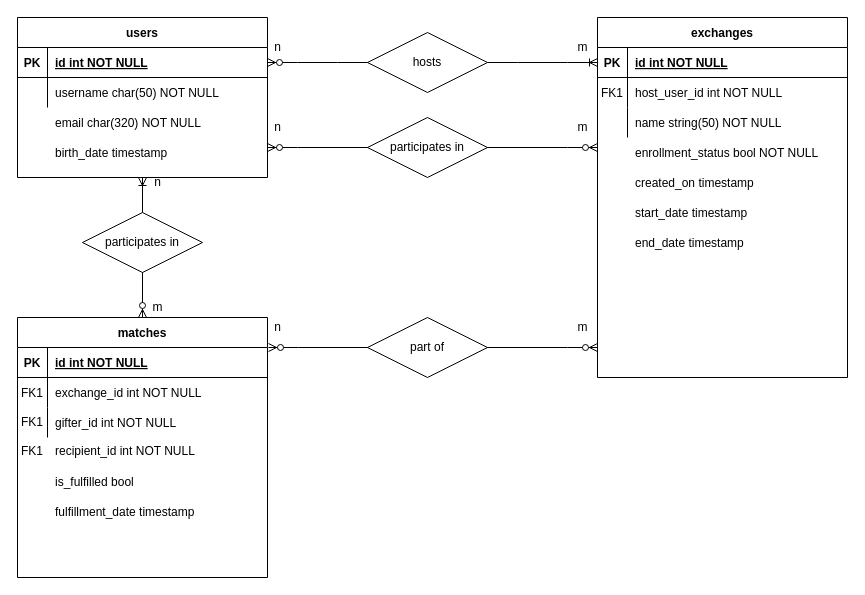
The draw.io diagram Untitled Diagram.drawio in e-anderson/secret-santa-service, before the edit. Source tidied: cells renumbered, new cells numbered last; positions are measured from the earlier drawing's top-left corner, leaving out a move shared by most shapes. Both pictures are drawn from the tidied source at 100%, with x=0, y=0 at pixel (17, 17).
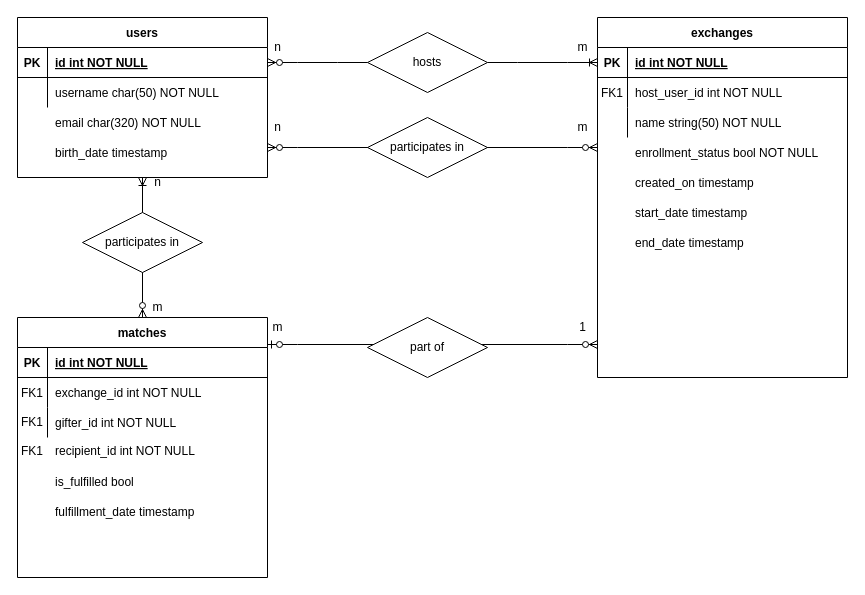
The same diagram, later.

Commit message:
fix exchanges->matches relationship

Unchanged cells that the change refers to:
```xml
<mxCell id="37" style="shape=partialRectangle;fillColor=none;points=[[0,0.5],[1,0.5]];portConstraint=eastwest;top=0;left=0;right=0;bottom=1;" parent="36" vertex="1">
  <mxGeometry y="30" width="250" height="30" as="geometry" />
</mxCell>
```

Diff of the diagram source:
```diff
@@
-    <mxCell id="57" style="edgeStyle=entityRelationEdgeStyle;fontSize=12;html=1;endArrow=ERzeroToMany;endFill=1;startArrow=ERzeroToMany;rounded=0;exitX=1.004;exitY=0;exitDx=0;exitDy=0;exitPerimeter=0;" parent="1" edge="1" source="37">
-      <mxGeometry relative="1" as="geometry">
-        <mxPoint x="580" y="330" as="targetPoint" />
-      </mxGeometry>
-    </mxCell>
-    <mxCell id="58" value="part of" style="shape=rhombus;perimeter=rhombusPerimeter;whiteSpace=wrap;html=1;align=center;" parent="1" vertex="1">
-      <mxGeometry x="350" y="300" width="120" height="60" as="geometry" />
-    </mxCell>
-    <mxCell id="59" value="n" style="text;html=1;align=center;verticalAlign=middle;strokeColor=none;fillColor=none;" parent="1" vertex="1">
-      <mxGeometry x="250" y="300" width="20" height="20" as="geometry" />
+    <mxCell id="59" value="m" style="text;html=1;align=center;verticalAlign=middle;strokeColor=none;fillColor=none;" parent="1" vertex="1">
+      <mxGeometry x="245" y="300" width="30" height="20" as="geometry" />
     </mxCell>
-    <mxCell id="60" value="m" style="text;html=1;align=center;verticalAlign=middle;strokeColor=none;fillColor=none;" parent="1" vertex="1">
-      <mxGeometry x="550" y="300" width="30" height="20" as="geometry" />
+    <mxCell id="60" value="1" style="text;html=1;align=center;verticalAlign=middle;strokeColor=none;fillColor=none;" parent="1" vertex="1">
+      <mxGeometry x="555" y="300" width="20" height="20" as="geometry" />
     </mxCell>
@@
+    <mxCell id="65" style="edgeStyle=entityRelationEdgeStyle;fontSize=12;html=1;endArrow=ERzeroToMany;startArrow=ERzeroToOne;rounded=0;exitX=1;exitY=-0.1;exitDx=0;exitDy=0;exitPerimeter=0;" parent="1" edge="1" source="37">
+      <mxGeometry relative="1" as="geometry">
+        <mxPoint x="580" y="327" as="targetPoint" />
+      </mxGeometry>
+    </mxCell>
+    <mxCell id="58" value="part of" style="shape=rhombus;perimeter=rhombusPerimeter;whiteSpace=wrap;html=1;align=center;" parent="1" vertex="1">
+      <mxGeometry x="350" y="300" width="120" height="60" as="geometry" />
+    </mxCell>
```
